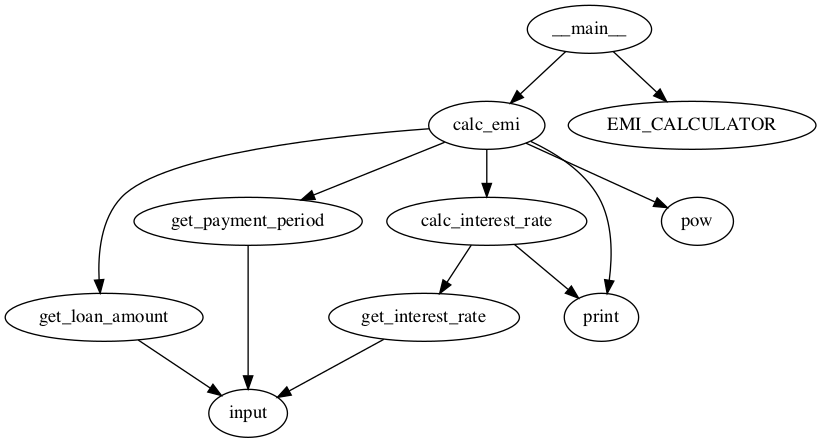
The Graphviz diagram CallGraph_images/EMICalc.png in JordanCoyne97/Final_Year_Project, before a commit. Its source is kept beside it as CallGraph_dots/EMICalc.dot. The source it was exported from:
```dot
strict digraph  {
get_loan_amount;
input;
get_interest_rate;
get_payment_period;
calc_interest_rate;
print;
calc_emi;
pow;
__main__;
EMI_CALCULATOR;
get_loan_amount -> input;
get_interest_rate -> input;
get_payment_period -> input;
calc_interest_rate -> get_interest_rate;
calc_interest_rate -> print;
calc_emi -> get_loan_amount;
calc_emi -> get_payment_period;
calc_emi -> calc_interest_rate;
calc_emi -> print;
calc_emi -> pow;
__main__ -> EMI_CALCULATOR;
__main__ -> calc_emi;
}
```
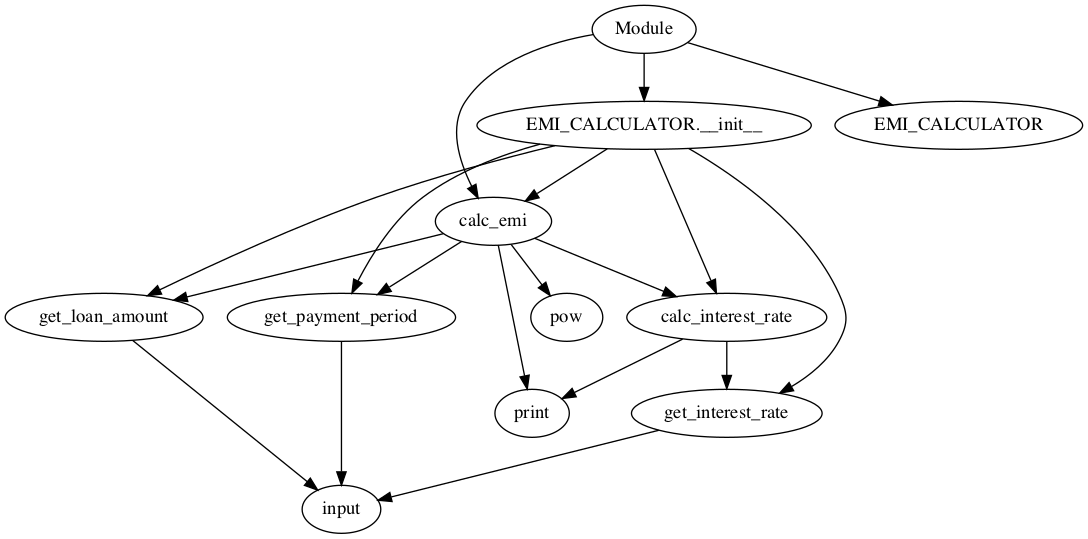
The same file after the commit.

Change to the diagram source:
```diff
@@ -7,7 +7,8 @@
 print;
 calc_emi;
 pow;
-__main__;
+Module;
+"EMI_CALCULATOR.__init__";
 EMI_CALCULATOR;
 get_loan_amount -> input;
 get_interest_rate -> input;
@@ -19,6 +20,12 @@
 calc_emi -> calc_interest_rate;
 calc_emi -> print;
 calc_emi -> pow;
-__main__ -> EMI_CALCULATOR;
-__main__ -> calc_emi;
+Module -> "EMI_CALCULATOR.__init__";
+Module -> EMI_CALCULATOR;
+Module -> calc_emi;
+"EMI_CALCULATOR.__init__" -> get_loan_amount;
+"EMI_CALCULATOR.__init__" -> get_interest_rate;
+"EMI_CALCULATOR.__init__" -> get_payment_period;
+"EMI_CALCULATOR.__init__" -> calc_interest_rate;
+"EMI_CALCULATOR.__init__" -> calc_emi;
 }
```
